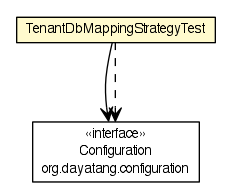
dayatang/dddlib keeps this Graphviz diagram as dddlib-datasource-saas/testapidocs/org/dayatang/datasource4saas/dscreator/TenantDbMappingStrategyTest.png. Above is the earlier version. Its source is kept beside it as dddlib-datasource-saas/testapidocs/org/dayatang/datasource4saas/dscreator/TenantDbMappingStrategyTest.dot. Its diagram source:
```dot

digraph G {
	edge [fontname="Helvetica",fontsize=10,labelfontname="Helvetica",labelfontsize=10];
	node [fontname="Helvetica",fontsize=10,shape=plaintext];
	nodesep=0.25;
	ranksep=0.5;
	c392 [label=<<table title="org.dayatang.datasource4saas.dscreator.TenantDbMappingStrategyTest" border="0" cellborder="1" cellspacing="0" cellpadding="2" port="p" bgcolor="lemonChiffon" href="./TenantDbMappingStrategyTest.html">
		<tr><td><table border="0" cellspacing="0" cellpadding="1">
<tr><td align="center" balign="center"> TenantDbMappingStrategyTest </td></tr>
		</table></td></tr>
		</table>>, URL="./TenantDbMappingStrategyTest.html", fontname="Helvetica", fontcolor="black", fontsize=10.0];
	c392:p -> c403:p [taillabel="", label=" "headlabel="", fontname="Helvetica", fontcolor="black", fontsize=10.0, color="black", arrowhead=open];
	c392:p -> c403:p [taillabel="", label=" "headlabel="", fontname="Helvetica", fontcolor="black", fontsize=10.0, color="black", arrowhead=open, style=dashed];
	c403 [label=<<table title="org.dayatang.configuration.Configuration" border="0" cellborder="1" cellspacing="0" cellpadding="2" port="p" href="http://java.sun.com/j2se/1.4.2/docs/api/org/dayatang/configuration/Configuration.html">
		<tr><td><table border="0" cellspacing="0" cellpadding="1">
<tr><td align="center" balign="center"> &#171;interface&#187; </td></tr>
<tr><td align="center" balign="center"> Configuration </td></tr>
<tr><td align="center" balign="center"> org.dayatang.configuration </td></tr>
		</table></td></tr>
		</table>>, URL="http://java.sun.com/j2se/1.4.2/docs/api/org/dayatang/configuration/Configuration.html", fontname="Helvetica", fontcolor="black", fontsize=10.0];
}
```
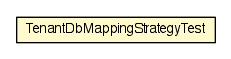
After the change.

Change to the diagram source:
```diff
@@ -4,18 +4,9 @@
 	node [fontname="Helvetica",fontsize=10,shape=plaintext];
 	nodesep=0.25;
 	ranksep=0.5;
-	c392 [label=<<table title="org.dayatang.datasource4saas.dscreator.TenantDbMappingStrategyTest" border="0" cellborder="1" cellspacing="0" cellpadding="2" port="p" bgcolor="lemonChiffon" href="./TenantDbMappingStrategyTest.html">
+	c380 [label=<<table title="org.dayatang.datasource4saas.dscreator.TenantDbMappingStrategyTest" border="0" cellborder="1" cellspacing="0" cellpadding="2" port="p" bgcolor="lemonChiffon" href="./TenantDbMappingStrategyTest.html">
 		<tr><td><table border="0" cellspacing="0" cellpadding="1">
 <tr><td align="center" balign="center"> TenantDbMappingStrategyTest </td></tr>
 		</table></td></tr>
 		</table>>, URL="./TenantDbMappingStrategyTest.html", fontname="Helvetica", fontcolor="black", fontsize=10.0];
-	c392:p -> c403:p [taillabel="", label=" "headlabel="", fontname="Helvetica", fontcolor="black", fontsize=10.0, color="black", arrowhead=open];
-	c392:p -> c403:p [taillabel="", label=" "headlabel="", fontname="Helvetica", fontcolor="black", fontsize=10.0, color="black", arrowhead=open, style=dashed];
-	c403 [label=<<table title="org.dayatang.configuration.Configuration" border="0" cellborder="1" cellspacing="0" cellpadding="2" port="p" href="http://java.sun.com/j2se/1.4.2/docs/api/org/dayatang/configuration/Configuration.html">
-		<tr><td><table border="0" cellspacing="0" cellpadding="1">
-<tr><td align="center" balign="center"> &#171;interface&#187; </td></tr>
-<tr><td align="center" balign="center"> Configuration </td></tr>
-<tr><td align="center" balign="center"> org.dayatang.configuration </td></tr>
-		</table></td></tr>
-		</table>>, URL="http://java.sun.com/j2se/1.4.2/docs/api/org/dayatang/configuration/Configuration.html", fontname="Helvetica", fontcolor="black", fontsize=10.0];
 }
```
